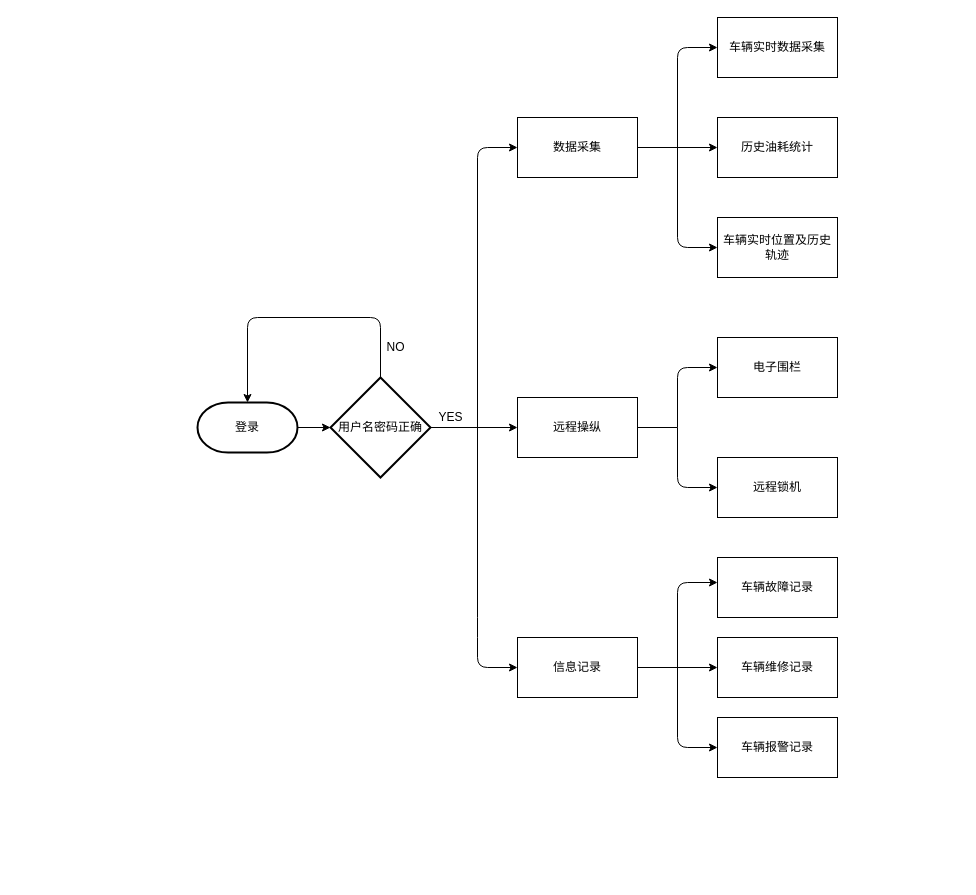
Before: 未命名绘图.drawio in FoxJokerEila/FoxJokerEila.github.io, a draw.io diagram. Source tidied: cells renumbered, new cells numbered last; positions are measured from the earlier drawing's top-left corner, leaving out a move shared by most shapes. Both pictures are drawn from the tidied source at 100%, with x=0, y=0 at pixel (197, 17).
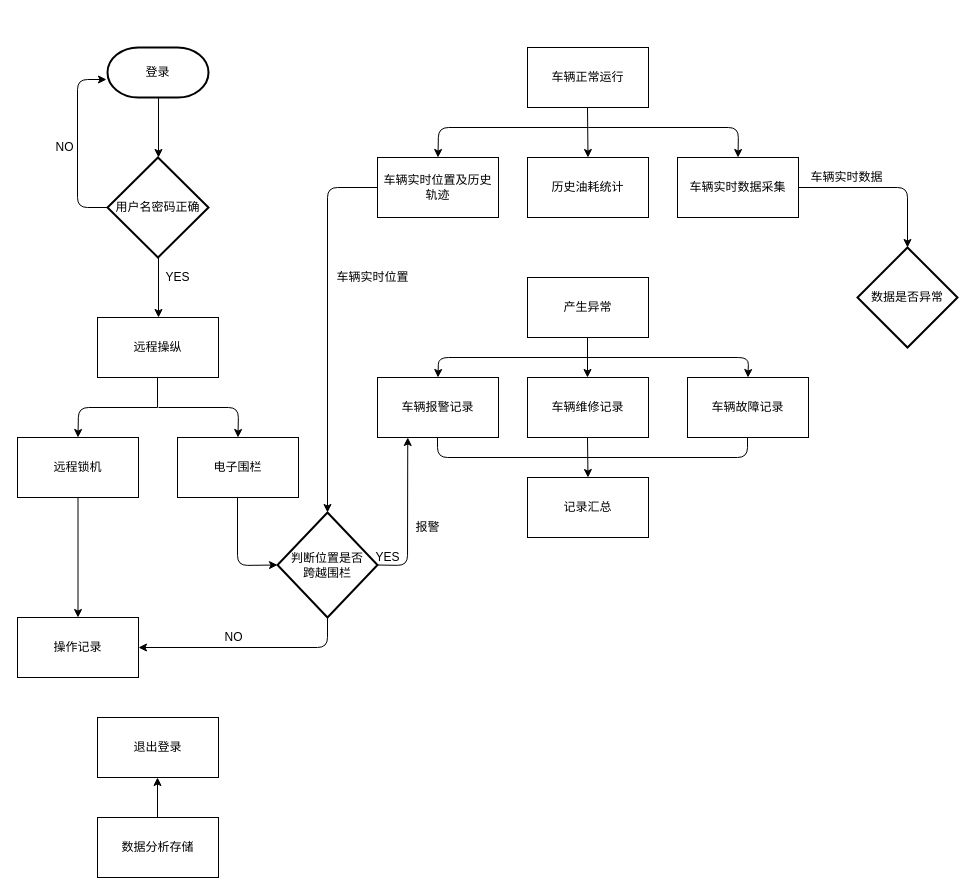
The same diagram, later.

Commit message:
更新未命名绘图.drawio

The edit, as a diff of the source:
```diff
@@
     <mxCell id="2" value="登录" style="strokeWidth=2;html=1;shape=mxgraph.flowchart.terminator;whiteSpace=wrap;" parent="1" vertex="1">
-      <mxGeometry y="385" width="100" height="50" as="geometry" />
+      <mxGeometry x="-90" y="30" width="101" height="50" as="geometry" />
     </mxCell>
     <mxCell id="3" value="历史油耗统计" style="rounded=0;whiteSpace=wrap;html=1;" parent="1" vertex="1">
-      <mxGeometry x="520" y="100" width="120" height="60" as="geometry" />
+      <mxGeometry x="330" y="140" width="121" height="60" as="geometry" />
     </mxCell>
-    <mxCell id="4" value="数据采集" style="rounded=0;whiteSpace=wrap;html=1;" parent="1" vertex="1">
-      <mxGeometry x="320" y="100" width="120" height="60" as="geometry" />
+    <mxCell id="4" value="车辆正常运行" style="rounded=0;whiteSpace=wrap;html=1;" parent="1" vertex="1">
+      <mxGeometry x="330" y="30" width="121" height="60" as="geometry" />
     </mxCell>
     <mxCell id="5" value="远程操纵" style="rounded=0;whiteSpace=wrap;html=1;" parent="1" vertex="1">
-      <mxGeometry x="320" y="380" width="120" height="60" as="geometry" />
+      <mxGeometry x="-100" y="300" width="121" height="60" as="geometry" />
     </mxCell>
-    <mxCell id="6" value="信息记录" style="rounded=0;whiteSpace=wrap;html=1;" parent="1" vertex="1">
-      <mxGeometry x="320" y="620" width="120" height="60" as="geometry" />
+    <mxCell id="6" value="产生异常" style="rounded=0;whiteSpace=wrap;html=1;" parent="1" vertex="1">
+      <mxGeometry x="330" y="260" width="121" height="60" as="geometry" />
     </mxCell>
     <mxCell id="7" value="车辆实时数据采集" style="rounded=0;whiteSpace=wrap;html=1;" parent="1" vertex="1">
-      <mxGeometry x="520" width="120" height="60" as="geometry" />
+      <mxGeometry x="480" y="140" width="121" height="60" as="geometry" />
     </mxCell>
     <mxCell id="8" value="车辆实时位置及历史轨迹" style="rounded=0;whiteSpace=wrap;html=1;" parent="1" vertex="1">
-      <mxGeometry x="520" y="200" width="120" height="60" as="geometry" />
+      <mxGeometry x="180" y="140" width="121" height="60" as="geometry" />
     </mxCell>
     <mxCell id="9" value="电子围栏" style="rounded=0;whiteSpace=wrap;html=1;" parent="1" vertex="1">
-      <mxGeometry x="520" y="320" width="120" height="60" as="geometry" />
+      <mxGeometry x="-20" y="420" width="121" height="60" as="geometry" />
     </mxCell>
     <mxCell id="10" value="远程锁机" style="rounded=0;whiteSpace=wrap;html=1;" parent="1" vertex="1">
-      <mxGeometry x="520" y="440" width="120" height="60" as="geometry" />
+      <mxGeometry x="-180" y="420" width="121" height="60" as="geometry" />
     </mxCell>
     <mxCell id="11" value="车辆故障记录" style="rounded=0;whiteSpace=wrap;html=1;" parent="1" vertex="1">
-      <mxGeometry x="520" y="540" width="120" height="60" as="geometry" />
+      <mxGeometry x="490" y="360" width="121" height="60" as="geometry" />
     </mxCell>
     <mxCell id="12" value="车辆维修记录" style="rounded=0;whiteSpace=wrap;html=1;" parent="1" vertex="1">
-      <mxGeometry x="520" y="620" width="120" height="60" as="geometry" />
+      <mxGeometry x="330" y="360" width="121" height="60" as="geometry" />
     </mxCell>
     <mxCell id="13" value="车辆报警记录" style="rounded=0;whiteSpace=wrap;html=1;" parent="1" vertex="1">
-      <mxGeometry x="520" y="700" width="120" height="60" as="geometry" />
+      <mxGeometry x="180" y="360" width="121" height="60" as="geometry" />
     </mxCell>
-    <mxCell id="14" style="endArrow=classic;html=1;entryX=0;entryY=0.5;entryDx=0;entryDy=0;" parent="1" edge="1" target="5">
-      <mxGeometry relative="1" as="geometry">
-        <mxPoint x="230" y="410" as="sourcePoint" />
-      </mxGeometry>
-    </mxCell>
-    <mxCell id="15" style="endArrow=classic;html=1;" parent="1" edge="1">
-      <mxGeometry relative="1" as="geometry">
-        <mxPoint x="280" y="410" as="sourcePoint" />
-        <mxPoint x="320" y="130" as="targetPoint" />
-        <Array as="points">
-          <mxPoint x="280" y="130" />
-        </Array>
-      </mxGeometry>
-    </mxCell>
-    <mxCell id="16" style="endArrow=classic;html=1;entryX=0;entryY=0.5;entryDx=0;entryDy=0;" parent="1" edge="1" target="6">
-      <mxGeometry relative="1" as="geometry">
-        <mxPoint x="280" y="410" as="sourcePoint" />
-        <Array as="points">
-          <mxPoint x="280" y="610" />
-          <mxPoint x="280" y="650" />
-        </Array>
-      </mxGeometry>
-    </mxCell>
-    <mxCell id="17" style="endArrow=classic;html=1;entryX=0;entryY=0.5;entryDx=0;entryDy=0;" parent="1" edge="1" target="3">
-      <mxGeometry relative="1" as="geometry">
-        <mxPoint x="440" y="130" as="sourcePoint" />
-      </mxGeometry>
-    </mxCell>
-    <mxCell id="18" style="endArrow=classic;html=1;entryX=0;entryY=0.5;entryDx=0;entryDy=0;" parent="1" edge="1" target="7">
-      <mxGeometry relative="1" as="geometry">
-        <mxPoint x="480" y="130" as="sourcePoint" />
-        <Array as="points">
-          <mxPoint x="480" y="30" />
-        </Array>
-      </mxGeometry>
-    </mxCell>
-    <mxCell id="19" style="endArrow=classic;html=1;entryX=0;entryY=0.5;entryDx=0;entryDy=0;" parent="1" edge="1" target="8">
-      <mxGeometry relative="1" as="geometry">
-        <mxPoint x="480" y="130" as="sourcePoint" />
-        <Array as="points">
-          <mxPoint x="480" y="230" />
-        </Array>
-      </mxGeometry>
-    </mxCell>
-    <mxCell id="20" style="endArrow=classic;html=1;entryX=0;entryY=0.5;entryDx=0;entryDy=0;" parent="1" edge="1" target="10">
-      <mxGeometry relative="1" as="geometry">
-        <mxPoint x="480" y="410" as="sourcePoint" />
-        <Array as="points">
-          <mxPoint x="480" y="470" />
-        </Array>
-      </mxGeometry>
-    </mxCell>
-    <mxCell id="21" style="endArrow=classic;html=1;entryX=0;entryY=0.5;entryDx=0;entryDy=0;" parent="1" edge="1" target="9">
-      <mxGeometry relative="1" as="geometry">
-        <mxPoint x="480" y="410" as="sourcePoint" />
-        <Array as="points">
-          <mxPoint x="480" y="350" />
-        </Array>
-      </mxGeometry>
-    </mxCell>
-    <mxCell id="22" style="endArrow=none;html=1;" parent="1" edge="1">
-      <mxGeometry relative="1" as="geometry">
-        <mxPoint x="440" y="410" as="sourcePoint" />
-        <mxPoint x="480" y="410" as="targetPoint" />
-      </mxGeometry>
-    </mxCell>
-    <mxCell id="23" style="endArrow=classic;html=1;entryX=0;entryY=0.5;entryDx=0;entryDy=0;" parent="1" edge="1" target="12">
-      <mxGeometry relative="1" as="geometry">
-        <mxPoint x="440" y="650" as="sourcePoint" />
-      </mxGeometry>
-    </mxCell>
-    <mxCell id="24" style="endArrow=classic;html=1;" parent="1" edge="1">
-      <mxGeometry relative="1" as="geometry">
-        <mxPoint x="480" y="650" as="sourcePoint" />
-        <mxPoint x="520" y="565" as="targetPoint" />
-        <Array as="points">
-          <mxPoint x="480" y="565" />
-        </Array>
-      </mxGeometry>
-    </mxCell>
-    <mxCell id="25" style="endArrow=classic;html=1;entryX=0;entryY=0.5;entryDx=0;entryDy=0;" parent="1" edge="1" target="13">
-      <mxGeometry relative="1" as="geometry">
-        <mxPoint x="480" y="650" as="sourcePoint" />
-        <Array as="points">
-          <mxPoint x="480" y="730" />
-        </Array>
-      </mxGeometry>
-    </mxCell>
     <mxCell id="26" value="用户名密码正确" style="strokeWidth=2;html=1;shape=mxgraph.flowchart.decision;whiteSpace=wrap;" parent="1" vertex="1">
-      <mxGeometry x="133" y="360" width="100" height="100" as="geometry" />
+      <mxGeometry x="-90" y="140" width="101" height="100" as="geometry" />
     </mxCell>
-    <mxCell id="27" style="endArrow=classic;html=1;entryX=0;entryY=0.5;entryDx=0;entryDy=0;entryPerimeter=0;" parent="1" edge="1" target="26">
-      <mxGeometry relative="1" as="geometry">
-        <mxPoint x="100" y="410" as="sourcePoint" />
-      </mxGeometry>
-    </mxCell>
-    <mxCell id="28" value="YES" style="text;html=1;align=center;verticalAlign=middle;strokeColor=none;" parent="1" vertex="1">
-      <mxGeometry x="233" y="390" width="40" height="20" as="geometry" />
-    </mxCell>
-    <mxCell id="29" style="endArrow=classic;html=1;entryX=0.5;entryY=0;entryDx=0;entryDy=0;entryPerimeter=0;" parent="1" edge="1" target="2">
-      <mxGeometry relative="1" as="geometry">
-        <mxPoint x="183" y="360" as="sourcePoint" />
-        <Array as="points">
-          <mxPoint x="183" y="300" />
-          <mxPoint x="50" y="300" />
-        </Array>
-      </mxGeometry>
-    </mxCell>
-    <mxCell id="30" value="&lt;div&gt;NO&lt;/div&gt;" style="text;html=1;align=center;verticalAlign=middle;strokeColor=none;" parent="1" vertex="1">
-      <mxGeometry x="183" y="320" width="30" height="20" as="geometry" />
-    </mxCell>
+    <mxCell id="31" value="数据分析存储" style="rounded=0;whiteSpace=wrap;html=1;" parent="1" vertex="1">
+      <mxGeometry x="-100" y="800" width="121" height="60" as="geometry" />
+    </mxCell>
+    <mxCell id="32" value="操作记录" style="rounded=0;whiteSpace=wrap;html=1;" parent="1" vertex="1">
+      <mxGeometry x="-180" y="600" width="121" height="60" as="geometry" />
+    </mxCell>
+    <mxCell id="33" value="记录汇总" style="rounded=0;whiteSpace=wrap;html=1;" parent="1" vertex="1">
+      <mxGeometry x="330" y="460" width="121" height="60" as="geometry" />
+    </mxCell>
+    <mxCell id="34" style="endArrow=classic;html=1;" parent="1" edge="1">
+      <mxGeometry relative="1" as="geometry">
+        <mxPoint x="-40" y="800" as="sourcePoint" />
+        <mxPoint x="-40" y="760" as="targetPoint" />
+      </mxGeometry>
+    </mxCell>
+    <mxCell id="35" value="退出登录" style="rounded=0;whiteSpace=wrap;html=1;" parent="1" vertex="1">
+      <mxGeometry x="-100" y="700" width="121" height="60" as="geometry" />
+    </mxCell>
+    <mxCell id="36" style="endArrow=classic;html=1;" parent="1" edge="1">
+      <mxGeometry relative="1" as="geometry">
+        <mxPoint x="-39" y="80" as="sourcePoint" />
+        <mxPoint x="-39" y="140" as="targetPoint" />
+      </mxGeometry>
+    </mxCell>
+    <mxCell id="37" style="endArrow=classic;html=1;entryX=-0.01;entryY=0.64;entryDx=0;entryDy=0;entryPerimeter=0;" parent="1" edge="1" target="2">
+      <mxGeometry relative="1" as="geometry">
+        <mxPoint x="-90" y="190" as="sourcePoint" />
+        <Array as="points">
+          <mxPoint x="-120" y="190" />
+          <mxPoint x="-120" y="62" />
+        </Array>
+      </mxGeometry>
+    </mxCell>
+    <mxCell id="38" value="NO" style="text;html=1;align=center;verticalAlign=middle;strokeColor=none;" parent="1" vertex="1">
+      <mxGeometry x="-148" y="120" width="30" height="20" as="geometry" />
+    </mxCell>
+    <mxCell id="39" style="endArrow=classic;html=1;" parent="1" edge="1">
+      <mxGeometry relative="1" as="geometry">
+        <mxPoint x="-39" y="240" as="sourcePoint" />
+        <mxPoint x="-39" y="300" as="targetPoint" />
+      </mxGeometry>
+    </mxCell>
+    <mxCell id="40" style="endArrow=none;html=1;" parent="1" edge="1">
+      <mxGeometry relative="1" as="geometry">
+        <mxPoint x="-40" y="390" as="sourcePoint" />
+        <mxPoint x="-40" y="360" as="targetPoint" />
+      </mxGeometry>
+    </mxCell>
+    <mxCell id="41" style="endArrow=classic;html=1;entryX=0.5;entryY=0;entryDx=0;entryDy=0;" parent="1" edge="1" target="9">
+      <mxGeometry relative="1" as="geometry">
+        <mxPoint x="-39" y="390" as="sourcePoint" />
+        <Array as="points">
+          <mxPoint x="41" y="390" />
+        </Array>
+      </mxGeometry>
+    </mxCell>
+    <mxCell id="42" style="endArrow=classic;html=1;entryX=0.5;entryY=0;entryDx=0;entryDy=0;" parent="1" edge="1" target="10">
+      <mxGeometry relative="1" as="geometry">
+        <mxPoint x="-40" y="390" as="sourcePoint" />
+        <Array as="points">
+          <mxPoint x="-119" y="390" />
+        </Array>
+      </mxGeometry>
+    </mxCell>
+    <mxCell id="43" style="endArrow=classic;html=1;entryX=0.5;entryY=0;entryDx=0;entryDy=0;exitX=0.5;exitY=1;exitDx=0;exitDy=0;" parent="1" edge="1" source="10" target="32">
+      <mxGeometry relative="1" as="geometry" />
+    </mxCell>
+    <mxCell id="44" value="YES" style="text;html=1;align=center;verticalAlign=middle;strokeColor=none;" parent="1" vertex="1">
+      <mxGeometry x="-40" y="250" width="40" height="20" as="geometry" />
+    </mxCell>
+    <mxCell id="45" style="endArrow=classic;html=1;entryX=0.5;entryY=0;entryDx=0;entryDy=0;" parent="1" edge="1" target="3">
+      <mxGeometry relative="1" as="geometry">
+        <mxPoint x="390" y="90" as="sourcePoint" />
+      </mxGeometry>
+    </mxCell>
+    <mxCell id="46" style="endArrow=classic;html=1;entryX=0.5;entryY=0;entryDx=0;entryDy=0;" parent="1" edge="1" target="8">
+      <mxGeometry relative="1" as="geometry">
+        <mxPoint x="391" y="110" as="sourcePoint" />
+        <Array as="points">
+          <mxPoint x="241" y="110" />
+        </Array>
+      </mxGeometry>
+    </mxCell>
+    <mxCell id="47" style="endArrow=classic;html=1;entryX=0.5;entryY=0;entryDx=0;entryDy=0;" parent="1" edge="1" target="7">
+      <mxGeometry relative="1" as="geometry">
+        <mxPoint x="391" y="110" as="sourcePoint" />
+        <Array as="points">
+          <mxPoint x="541" y="110" />
+        </Array>
+      </mxGeometry>
+    </mxCell>
+    <mxCell id="48" style="endArrow=classic;html=1;entryX=0.5;entryY=0;entryDx=0;entryDy=0;entryPerimeter=0;" parent="1" edge="1" target="53">
+      <mxGeometry relative="1" as="geometry">
+        <mxPoint x="180" y="170" as="sourcePoint" />
+        <Array as="points">
+          <mxPoint x="130" y="170" />
+        </Array>
+      </mxGeometry>
+    </mxCell>
+    <mxCell id="49" value="报警" style="text;html=1;align=center;verticalAlign=middle;strokeColor=none;" parent="1" vertex="1">
+      <mxGeometry x="210" y="500" width="40" height="20" as="geometry" />
+    </mxCell>
+    <mxCell id="50" style="endArrow=classic;html=1;" parent="1" edge="1">
+      <mxGeometry relative="1" as="geometry">
+        <mxPoint x="390" y="320" as="sourcePoint" />
+        <mxPoint x="390" y="360" as="targetPoint" />
+      </mxGeometry>
+    </mxCell>
+    <mxCell id="51" style="endArrow=classic;html=1;entryX=0.5;entryY=0;entryDx=0;entryDy=0;" parent="1" edge="1" target="11">
+      <mxGeometry relative="1" as="geometry">
+        <mxPoint x="390" y="340" as="sourcePoint" />
+        <Array as="points">
+          <mxPoint x="551" y="340" />
+        </Array>
+      </mxGeometry>
+    </mxCell>
+    <mxCell id="52" style="endArrow=classic;html=1;entryX=0.5;entryY=0;entryDx=0;entryDy=0;" parent="1" edge="1" target="13">
+      <mxGeometry relative="1" as="geometry">
+        <mxPoint x="390" y="340" as="sourcePoint" />
+        <Array as="points">
+          <mxPoint x="241" y="340" />
+        </Array>
+      </mxGeometry>
+    </mxCell>
+    <mxCell id="53" value="&lt;div&gt;判断位置是否&lt;/div&gt;&lt;div&gt;跨越围栏&lt;/div&gt;" style="strokeWidth=2;html=1;shape=mxgraph.flowchart.decision;whiteSpace=wrap;" parent="1" vertex="1">
+      <mxGeometry x="80" y="495" width="100" height="105" as="geometry" />
+    </mxCell>
+    <mxCell id="54" style="endArrow=classic;html=1;entryX=0;entryY=0.5;entryDx=0;entryDy=0;entryPerimeter=0;" parent="1" edge="1" target="53">
+      <mxGeometry relative="1" as="geometry">
+        <mxPoint x="40" y="480" as="sourcePoint" />
+        <Array as="points">
+          <mxPoint x="40" y="548" />
+        </Array>
+      </mxGeometry>
+    </mxCell>
+    <mxCell id="55" value="车辆实时位置" style="text;html=1;align=center;verticalAlign=middle;strokeColor=none;" parent="1" vertex="1">
+      <mxGeometry x="130" y="250" width="90" height="20" as="geometry" />
+    </mxCell>
+    <mxCell id="56" style="endArrow=classic;html=1;entryX=0.25;entryY=1;entryDx=0;entryDy=0;exitX=1;exitY=0.5;exitDx=0;exitDy=0;exitPerimeter=0;" parent="1" edge="1" source="53" target="13">
+      <mxGeometry relative="1" as="geometry">
+        <Array as="points">
+          <mxPoint x="210" y="548" />
+        </Array>
+      </mxGeometry>
+    </mxCell>
+    <mxCell id="57" style="endArrow=none;html=1;" parent="1" edge="1">
+      <mxGeometry relative="1" as="geometry">
+        <mxPoint x="240" y="420" as="sourcePoint" />
+        <mxPoint x="390" y="440" as="targetPoint" />
+        <Array as="points">
+          <mxPoint x="240" y="440" />
+        </Array>
+      </mxGeometry>
+    </mxCell>
+    <mxCell id="58" style="endArrow=classic;html=1;entryX=0.5;entryY=0;entryDx=0;entryDy=0;" parent="1" edge="1" target="33">
+      <mxGeometry relative="1" as="geometry">
+        <mxPoint x="390" y="420" as="sourcePoint" />
+      </mxGeometry>
+    </mxCell>
+    <mxCell id="59" style="endArrow=none;html=1;" parent="1" edge="1">
+      <mxGeometry relative="1" as="geometry">
+        <mxPoint x="390" y="440" as="sourcePoint" />
+        <mxPoint x="550" y="420" as="targetPoint" />
+        <Array as="points">
+          <mxPoint x="550" y="440" />
+        </Array>
+      </mxGeometry>
+    </mxCell>
+    <mxCell id="60" value="数据是否异常" style="strokeWidth=2;html=1;shape=mxgraph.flowchart.decision;whiteSpace=wrap;" parent="1" vertex="1">
+      <mxGeometry x="660" y="230" width="100" height="100" as="geometry" />
+    </mxCell>
+    <mxCell id="61" style="endArrow=classic;html=1;entryX=0.5;entryY=0;entryDx=0;entryDy=0;entryPerimeter=0;" parent="1" edge="1" target="60">
+      <mxGeometry relative="1" as="geometry">
+        <mxPoint x="601" y="170" as="sourcePoint" />
+        <Array as="points">
+          <mxPoint x="710" y="170" />
+        </Array>
+      </mxGeometry>
+    </mxCell>
+    <mxCell id="62" value="车辆实时数据" style="text;html=1;align=center;verticalAlign=middle;strokeColor=none;" parent="1" vertex="1">
+      <mxGeometry x="604" y="150" width="90" height="20" as="geometry" />
+    </mxCell>
+    <mxCell id="63" value="YES" style="text;html=1;align=center;verticalAlign=middle;strokeColor=none;" parent="1" vertex="1">
+      <mxGeometry x="170" y="530" width="40" height="20" as="geometry" />
+    </mxCell>
+    <mxCell id="64" value="NO" style="text;html=1;align=center;verticalAlign=middle;strokeColor=none;" parent="1" vertex="1">
+      <mxGeometry x="21" y="610" width="30" height="20" as="geometry" />
+    </mxCell>
+    <mxCell id="65" style="endArrow=classic;html=1;entryX=1;entryY=0.5;entryDx=0;entryDy=0;" parent="1" edge="1" target="32">
+      <mxGeometry relative="1" as="geometry">
+        <mxPoint x="130" y="600" as="sourcePoint" />
+        <Array as="points">
+          <mxPoint x="130" y="630" />
+        </Array>
+      </mxGeometry>
+    </mxCell>
```
